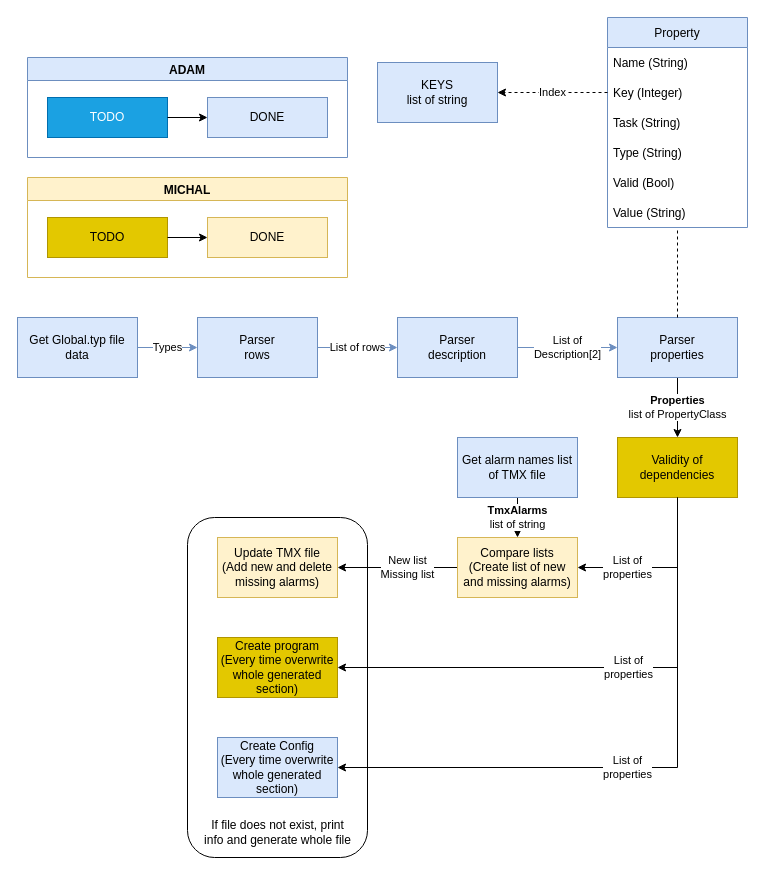
Before: CreateAlarms.drawio in br-automation-community-oss/create-alarms, a draw.io diagram. Source tidied: cells renumbered, new cells numbered last; positions are measured from the earlier drawing's top-left corner, leaving out a move shared by most shapes. Both pictures are drawn from the tidied source at 100%, with x=0, y=0 at pixel (17, 17).
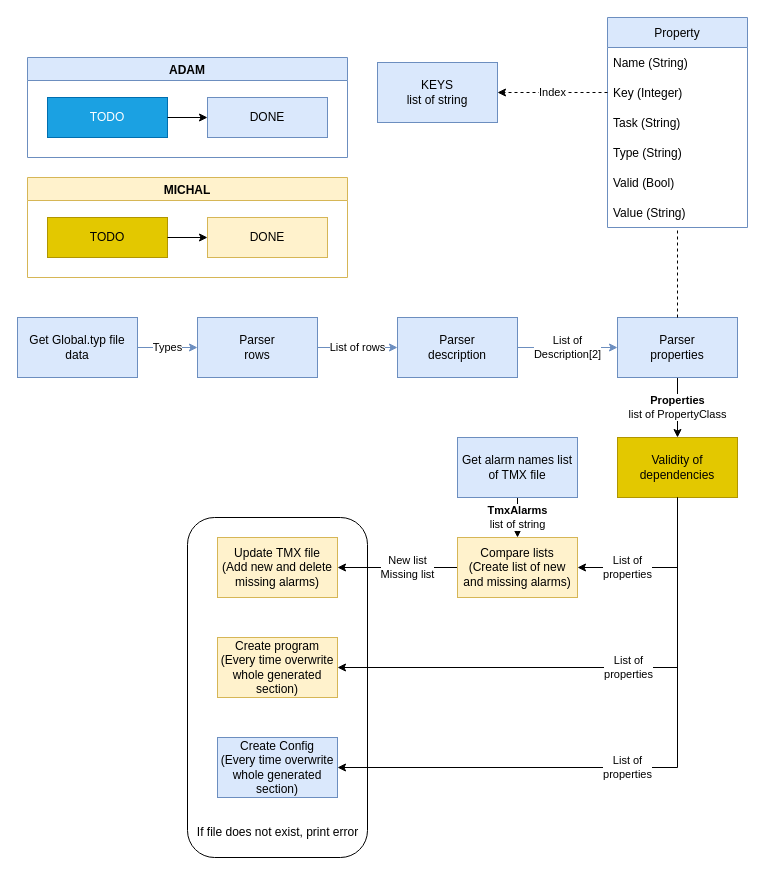
After the change.

Commit message (it also covers changes not shown here):
- Better way to detect prebuild argument - Separately runnable updating - Prebuild function divided into smaller functions - Printing errors to AS as errors

Diff of the diagram source:
```diff
@@
-    <mxCell id="21" value="Create program&lt;br&gt;(Every time overwrite whole generated section)" style="whiteSpace=wrap;html=1;rounded=0;fillColor=#e3c800;strokeColor=#B09500;fontColor=#000000;" parent="1" vertex="1">
+    <mxCell id="21" value="Create program&lt;br&gt;(Every time overwrite whole generated section)" style="whiteSpace=wrap;html=1;rounded=0;fillColor=#fff2cc;strokeColor=#d6b656;" parent="1" vertex="1">
       <mxGeometry x="200" y="620" width="120" height="60" as="geometry" />
     </mxCell>
@@
-    <mxCell id="31" value="If file does not exist, print&lt;br&gt;info and generate whole file" style="text;html=1;align=center;verticalAlign=middle;strokeColor=none;fillColor=none;" parent="1" vertex="1">
-      <mxGeometry x="180" y="800" width="160" height="30" as="geometry" />
+    <mxCell id="31" value="If file does not exist, print error" style="text;html=1;align=center;verticalAlign=middle;strokeColor=none;fillColor=none;" parent="1" vertex="1">
+      <mxGeometry x="170" y="805" width="180" height="20" as="geometry" />
     </mxCell>
```
